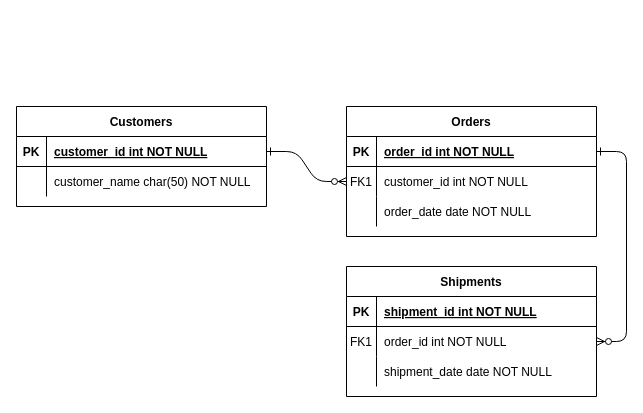
This is password-manager.drawio from ARAOvsepyan/password-manager, a draw.io file, before an edit. Source tidied: cells renumbered, new cells numbered last; positions are measured from the earlier drawing's top-left corner, leaving out a move shared by most shapes. Both pictures are drawn from the tidied source at 100%, with x=0, y=0 at pixel (16, 106).
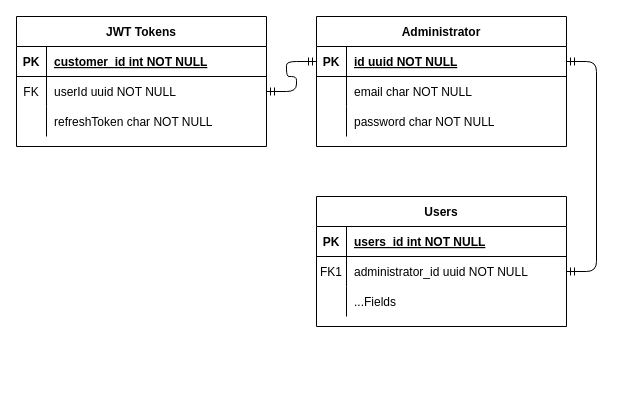
After the change.

Unchanged cells that the change refers to:
```xml
<mxCell id="5" style="shape=partialRectangle;fillColor=none;points=[[0,0.5],[1,0.5]];portConstraint=eastwest;top=0;left=0;right=0;bottom=1;" parent="4" vertex="1">
  <mxGeometry y="30" width="250" height="30" as="geometry" />
</mxCell>
<mxCell id="15" style="shape=partialRectangle;fillColor=none;top=0;left=0;right=0;bottom=1;" parent="14" vertex="1">
  <mxGeometry y="30" width="250" height="30" as="geometry" />
</mxCell>
<mxCell id="18" style="shape=partialRectangle;fillColor=none;points=[[0,0.5],[1,0.5]];portConstraint=eastwest;top=0;left=0;right=0;bottom=0;" parent="14" vertex="1">
  <mxGeometry y="60" width="250" height="30" as="geometry" />
</mxCell>
<mxCell id="21" style="shape=partialRectangle;fillColor=none;top=0;left=0;right=0;bottom=0;" parent="14" vertex="1">
  <mxGeometry y="90" width="250" height="30" as="geometry" />
</mxCell>
<mxCell id="25" style="shape=partialRectangle;fillColor=none;points=[[0,0.5],[1,0.5]];portConstraint=eastwest;top=0;left=0;right=0;bottom=1;" parent="24" vertex="1">
  <mxGeometry y="30" width="250" height="30" as="geometry" />
</mxCell>
<mxCell id="28" style="shape=partialRectangle;fillColor=none;points=[[0,0.5],[1,0.5]];portConstraint=eastwest;top=0;left=0;right=0;bottom=0;" parent="24" vertex="1">
  <mxGeometry y="60" width="250" height="30" as="geometry" />
</mxCell>
```

The edit, as a diff of the source:
```diff
@@
-    <mxCell id="2" style="edgeStyle=entityRelationEdgeStyle;endArrow=ERzeroToMany;startArrow=ERone;endFill=1;startFill=0;" parent="1" edge="1" source="25" target="8">
-      <mxGeometry relative="1" as="geometry" />
-    </mxCell>
-    <mxCell id="3" style="edgeStyle=entityRelationEdgeStyle;endArrow=ERzeroToMany;startArrow=ERone;endFill=1;startFill=0;" parent="1" edge="1" source="5" target="18">
-      <mxGeometry relative="1" as="geometry" />
-    </mxCell>
-    <mxCell id="4" value="Orders" style="shape=table;startSize=30;childLayout=tableLayout;rowLines=0;fontStyle=1;align=center;" parent="1" vertex="1">
-      <mxGeometry x="330" width="250" height="130" as="geometry" />
+    <mxCell id="4" value="Administrator" style="shape=table;startSize=30;childLayout=tableLayout;rowLines=0;fontStyle=1;align=center;" parent="1" vertex="1">
+      <mxGeometry x="300" y="-90" width="250" height="130" as="geometry" />
     </mxCell>
@@
-    <mxCell id="7" value="order_id int NOT NULL " style="shape=partialRectangle;overflow=hidden;fillColor=none;top=0;left=0;bottom=0;right=0;align=left;spacingLeft=6;fontStyle=5;" parent="5" vertex="1">
+    <mxCell id="7" value="id uuid NOT NULL " style="shape=partialRectangle;overflow=hidden;fillColor=none;top=0;left=0;bottom=0;right=0;align=left;spacingLeft=6;fontStyle=5;" parent="5" vertex="1">
       <mxGeometry x="30" width="220" height="30" as="geometry" />
     </mxCell>
-    <mxCell id="8" style="shape=partialRectangle;fillColor=none;points=[[0,0.5],[1,0.5]];portConstraint=eastwest;top=0;left=0;right=0;bottom=0;" parent="4" vertex="1">
-      <mxGeometry y="60" width="250" height="30" as="geometry" />
-    </mxCell>
-    <mxCell id="9" value="FK1" style="shape=partialRectangle;overflow=hidden;fillColor=none;top=0;left=0;bottom=0;right=0;" parent="8" vertex="1">
-      <mxGeometry width="30" height="30" as="geometry" />
-    </mxCell>
-    <mxCell id="10" value="customer_id int NOT NULL" style="shape=partialRectangle;overflow=hidden;fillColor=none;top=0;left=0;bottom=0;right=0;align=left;spacingLeft=6;" parent="8" vertex="1">
-      <mxGeometry x="30" width="220" height="30" as="geometry" />
-    </mxCell>
     <mxCell id="11" style="shape=partialRectangle;fillColor=none;top=0;left=0;right=0;bottom=0;" parent="4" vertex="1">
-      <mxGeometry y="90" width="250" height="30" as="geometry" />
+      <mxGeometry y="60" width="250" height="30" as="geometry" />
     </mxCell>
@@
-    <mxCell id="13" value="order_date date NOT NULL" style="shape=partialRectangle;overflow=hidden;fillColor=none;top=0;left=0;bottom=0;right=0;align=left;spacingLeft=6;" parent="11" vertex="1">
+    <mxCell id="13" value="email char NOT NULL" style="shape=partialRectangle;overflow=hidden;fillColor=none;top=0;left=0;bottom=0;right=0;align=left;spacingLeft=6;" parent="11" vertex="1">
       <mxGeometry x="30" width="220" height="30" as="geometry" />
     </mxCell>
+    <mxCell id="31" style="shape=partialRectangle;fillColor=none;top=0;left=0;right=0;bottom=0;" parent="4" vertex="1">
+      <mxGeometry y="90" width="250" height="30" as="geometry" />
+    </mxCell>
+    <mxCell id="32" style="shape=partialRectangle;overflow=hidden;fillColor=none;top=0;left=0;bottom=0;right=0;" parent="31" vertex="1">
+      <mxGeometry width="30" height="30" as="geometry" />
+    </mxCell>
+    <mxCell id="33" value="password char NOT NULL" style="shape=partialRectangle;overflow=hidden;fillColor=none;top=0;left=0;bottom=0;right=0;align=left;spacingLeft=6;" parent="31" vertex="1">
+      <mxGeometry x="30" width="220" height="30" as="geometry" />
+    </mxCell>
-    <mxCell id="14" value="Shipments" style="shape=table;startSize=30;childLayout=tableLayout;rowLines=0;fontStyle=1;align=center;" parent="1" vertex="1">
-      <mxGeometry x="330" y="160" width="250" height="130" as="geometry" />
+    <mxCell id="14" value="Users" style="shape=table;startSize=30;childLayout=tableLayout;rowLines=0;fontStyle=1;align=center;" parent="1" vertex="1">
+      <mxGeometry x="300" y="90" width="250" height="130" as="geometry" />
     </mxCell>
@@
-    <mxCell id="17" value="shipment_id int NOT NULL " style="shape=partialRectangle;overflow=hidden;fillColor=none;top=0;left=0;bottom=0;right=0;align=left;spacingLeft=6;fontStyle=5;" parent="15" vertex="1">
+    <mxCell id="17" value="users_id int NOT NULL " style="shape=partialRectangle;overflow=hidden;fillColor=none;top=0;left=0;bottom=0;right=0;align=left;spacingLeft=6;fontStyle=5;" parent="15" vertex="1">
       <mxGeometry x="30" width="220" height="30" as="geometry" />
     </mxCell>
@@
-    <mxCell id="20" value="order_id int NOT NULL" style="shape=partialRectangle;overflow=hidden;fillColor=none;top=0;left=0;bottom=0;right=0;align=left;spacingLeft=6;" parent="18" vertex="1">
+    <mxCell id="20" value="administrator_id uuid NOT NULL" style="shape=partialRectangle;overflow=hidden;fillColor=none;top=0;left=0;bottom=0;right=0;align=left;spacingLeft=6;" parent="18" vertex="1">
       <mxGeometry x="30" width="220" height="30" as="geometry" />
     </mxCell>
@@
-    <mxCell id="23" value="shipment_date date NOT NULL" style="shape=partialRectangle;overflow=hidden;fillColor=none;top=0;left=0;bottom=0;right=0;align=left;spacingLeft=6;" parent="21" vertex="1">
+    <mxCell id="23" value="...Fields" style="shape=partialRectangle;overflow=hidden;fillColor=none;top=0;left=0;bottom=0;right=0;align=left;spacingLeft=6;" parent="21" vertex="1">
       <mxGeometry x="30" width="220" height="30" as="geometry" />
     </mxCell>
-    <mxCell id="24" value="Customers" style="shape=table;startSize=30;childLayout=tableLayout;rowLines=0;fontStyle=1;align=center;" parent="1" vertex="1">
-      <mxGeometry width="250" height="100" as="geometry" />
+    <mxCell id="24" value="JWT Tokens" style="shape=table;startSize=30;childLayout=tableLayout;rowLines=0;fontStyle=1;align=center;" parent="1" vertex="1">
+      <mxGeometry y="-90" width="250" height="130" as="geometry" />
     </mxCell>
@@
-    <mxCell id="29" style="shape=partialRectangle;overflow=hidden;fillColor=none;top=0;left=0;bottom=0;right=0;" parent="28" vertex="1">
+    <mxCell id="29" value="FK" style="shape=partialRectangle;overflow=hidden;fillColor=none;top=0;left=0;bottom=0;right=0;" parent="28" vertex="1">
       <mxGeometry width="30" height="30" as="geometry" />
     </mxCell>
-    <mxCell id="30" value="customer_name char(50) NOT NULL" style="shape=partialRectangle;overflow=hidden;fillColor=none;top=0;left=0;bottom=0;right=0;align=left;spacingLeft=6;" parent="28" vertex="1">
+    <mxCell id="30" value="userId uuid NOT NULL" style="shape=partialRectangle;overflow=hidden;fillColor=none;top=0;left=0;bottom=0;right=0;align=left;spacingLeft=6;" parent="28" vertex="1">
       <mxGeometry x="30" width="220" height="30" as="geometry" />
     </mxCell>
+    <mxCell id="34" style="shape=partialRectangle;fillColor=none;top=0;left=0;right=0;bottom=0;" parent="24" vertex="1">
+      <mxGeometry y="90" width="250" height="30" as="geometry" />
+    </mxCell>
+    <mxCell id="35" style="shape=partialRectangle;overflow=hidden;fillColor=none;top=0;left=0;bottom=0;right=0;" parent="34" vertex="1">
+      <mxGeometry width="30" height="30" as="geometry" />
+    </mxCell>
+    <mxCell id="36" value="refreshToken char NOT NULL" style="shape=partialRectangle;overflow=hidden;fillColor=none;top=0;left=0;bottom=0;right=0;align=left;spacingLeft=6;" parent="34" vertex="1">
+      <mxGeometry x="30" width="220" height="30" as="geometry" />
+    </mxCell>
+    <mxCell id="37" style="edgeStyle=entityRelationEdgeStyle;fontSize=12;html=1;endArrow=ERmandOne;startArrow=ERmandOne;entryX=0;entryY=0.5;entryDx=0;entryDy=0;exitX=1;exitY=0.5;exitDx=0;exitDy=0;" parent="1" edge="1" source="28" target="5">
+      <mxGeometry relative="1" as="geometry" />
+    </mxCell>
+    <mxCell id="38" style="edgeStyle=entityRelationEdgeStyle;fontSize=12;html=1;endArrow=ERmandOne;startArrow=ERmandOne;" parent="1" edge="1" source="18" target="5">
+      <mxGeometry relative="1" as="geometry" />
+    </mxCell>
```
